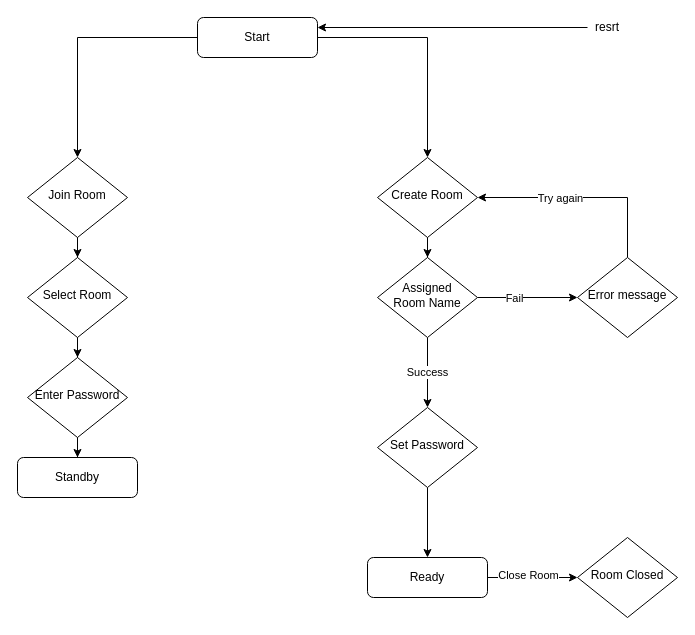
This is static/charts/argos-parent-flow.drawio from screensavers-club/argos-docs, a draw.io file, before an edit. Source tidied: cells renumbered, new cells numbered last; positions are measured from the earlier drawing's top-left corner, leaving out a move shared by most shapes. Both pictures are drawn from the tidied source at 100%, with x=0, y=0 at pixel (17, 17).
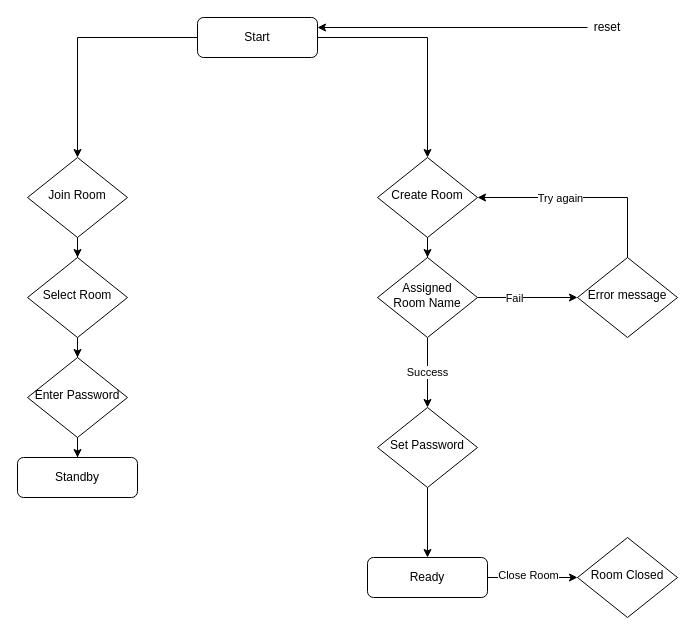
The same page after the edit.

The edit, as a diff of the source:
```diff
@@
-    <mxCell id="27" value="resrt" style="text;html=1;strokeColor=none;fillColor=none;align=center;verticalAlign=middle;whiteSpace=wrap;rounded=0;" parent="1" vertex="1">
+    <mxCell id="27" value="reset" style="text;html=1;strokeColor=none;fillColor=none;align=center;verticalAlign=middle;whiteSpace=wrap;rounded=0;" parent="1" vertex="1">
       <mxGeometry x="570" width="40" height="20" as="geometry" />
     </mxCell>
```
